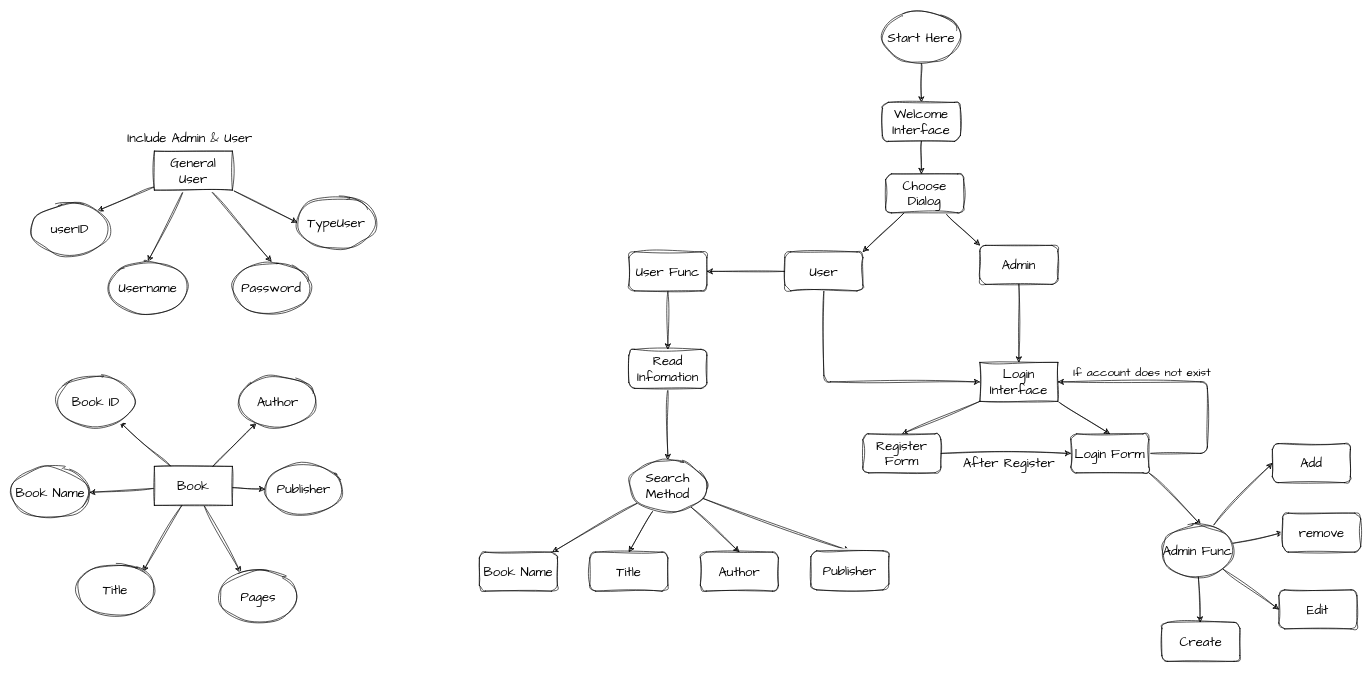
Gen-D-Team/LibraryMangement keeps this draw.io diagram as path.drawio. Above is the earlier version. Source tidied: cells renumbered, new cells numbered last; positions are measured from the earlier drawing's top-left corner, leaving out a move shared by most shapes. Both pictures are drawn from the tidied source at 65%, with x=0, y=0 at pixel (11, 11).
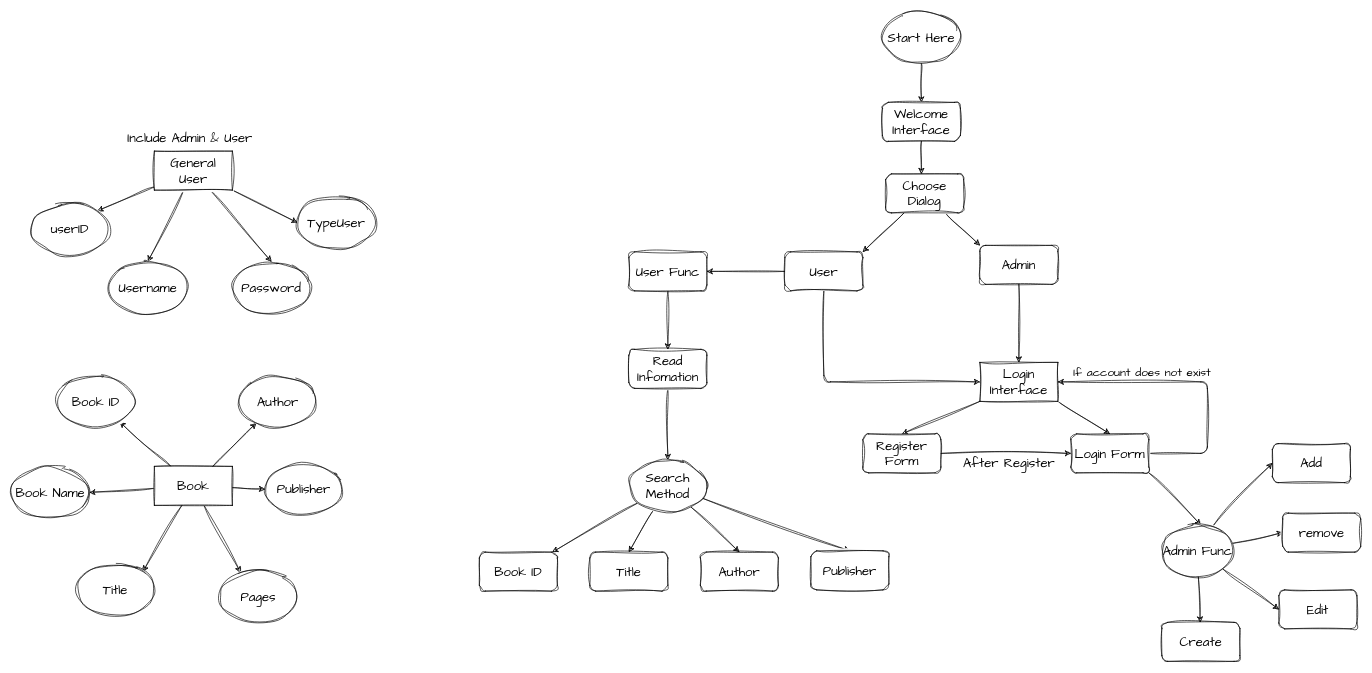
Above is the later version.

What changed in the source:
```diff
@@
-    <mxCell id="65" value="Book Name" style="rounded=1;whiteSpace=wrap;html=1;sketch=1;hachureGap=4;jiggle=2;curveFitting=1;fontFamily=Architects Daughter;fontSize=20;" parent="1" vertex="1">
+    <mxCell id="65" value="Book ID" style="rounded=1;whiteSpace=wrap;html=1;sketch=1;hachureGap=4;jiggle=2;curveFitting=1;fontFamily=Architects Daughter;fontSize=20;" parent="1" vertex="1">
       <mxGeometry x="720" y="831.9" width="120" height="60" as="geometry" />
     </mxCell>
```
